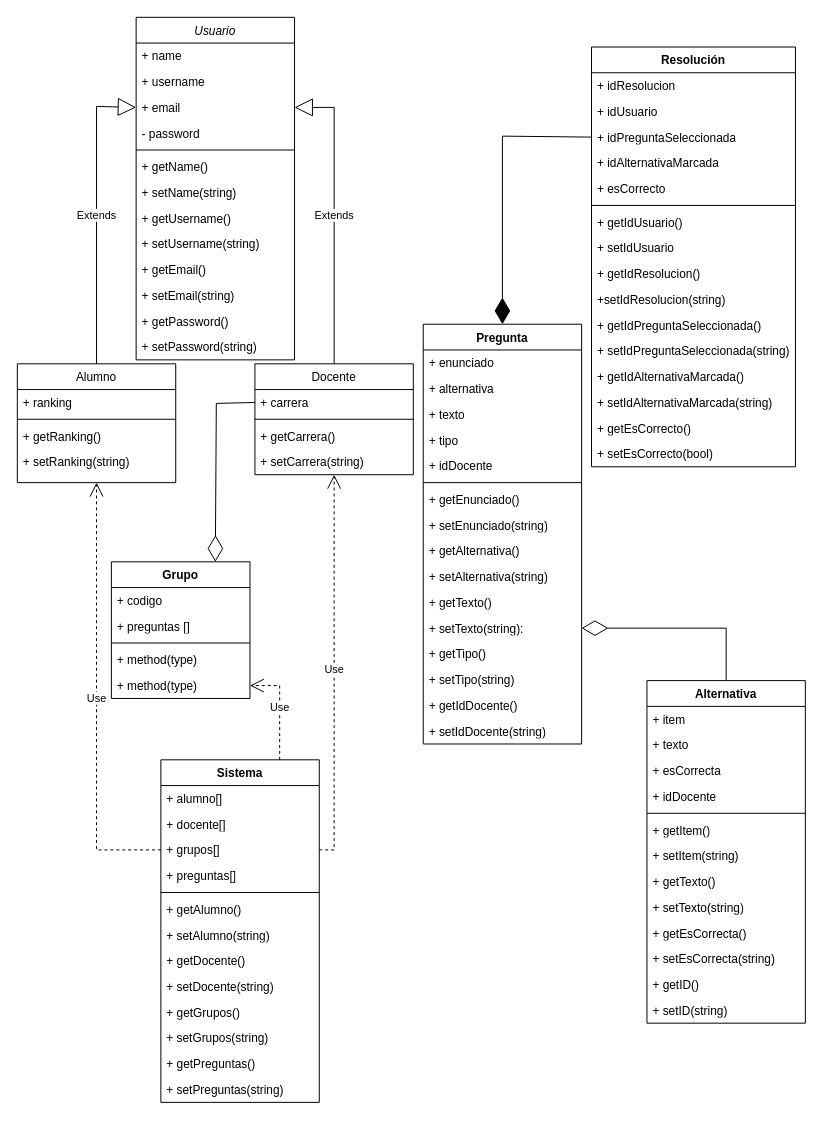
Before: ProjectAlgo2.drawio in jhordannfree/proyectoAlgo2, a draw.io diagram. Source tidied: cells renumbered, new cells numbered last; positions are measured from the earlier drawing's top-left corner, leaving out a move shared by most shapes. Both pictures are drawn from the tidied source at 99%, with x=0, y=0 at pixel (17, 17).
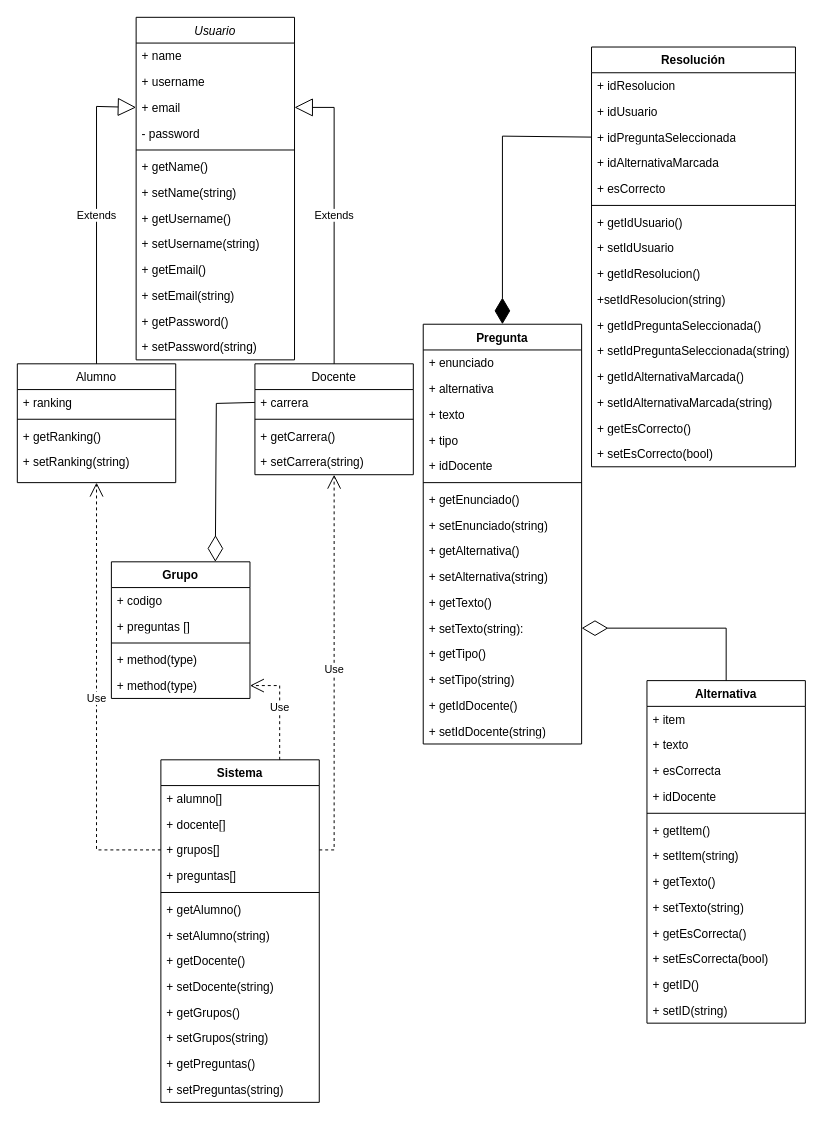
The same diagram, later.

Unchanged cells that the change refers to:
```xml
<mxCell id="49" value="Alternativa" style="swimlane;fontStyle=1;align=center;verticalAlign=top;horizontal=1;startSize=26;whiteSpace=wrap;html=1;" parent="1" vertex="1">
  <mxGeometry x="636" y="670" width="160" height="346" as="geometry" />
</mxCell>
```

The edit, as a diff of the source:
```diff
@@
-    <mxCell id="60" value="+ setEsCorrecta(string)" style="text;strokeColor=none;fillColor=none;align=left;verticalAlign=top;spacingLeft=4;spacingRight=4;overflow=hidden;whiteSpace=wrap;html=1;" parent="49" vertex="1">
+    <mxCell id="60" value="+ setEsCorrecta(bool)" style="text;strokeColor=none;fillColor=none;align=left;verticalAlign=top;spacingLeft=4;spacingRight=4;overflow=hidden;whiteSpace=wrap;html=1;" parent="49" vertex="1">
       <mxGeometry y="268" width="160" height="26" as="geometry" />
     </mxCell>
```
